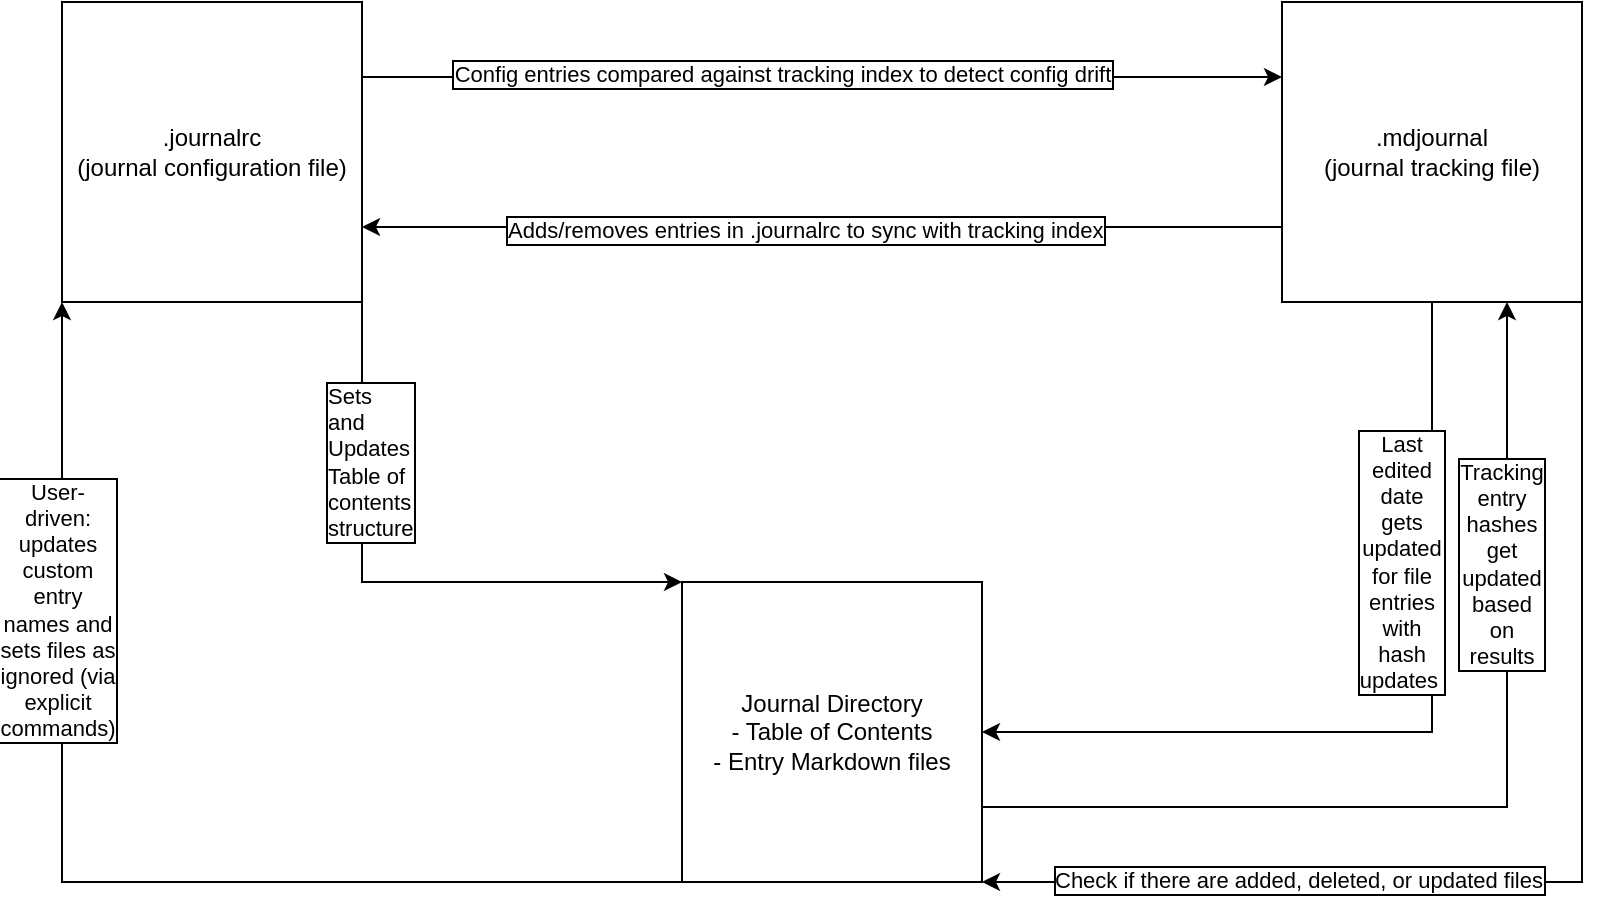
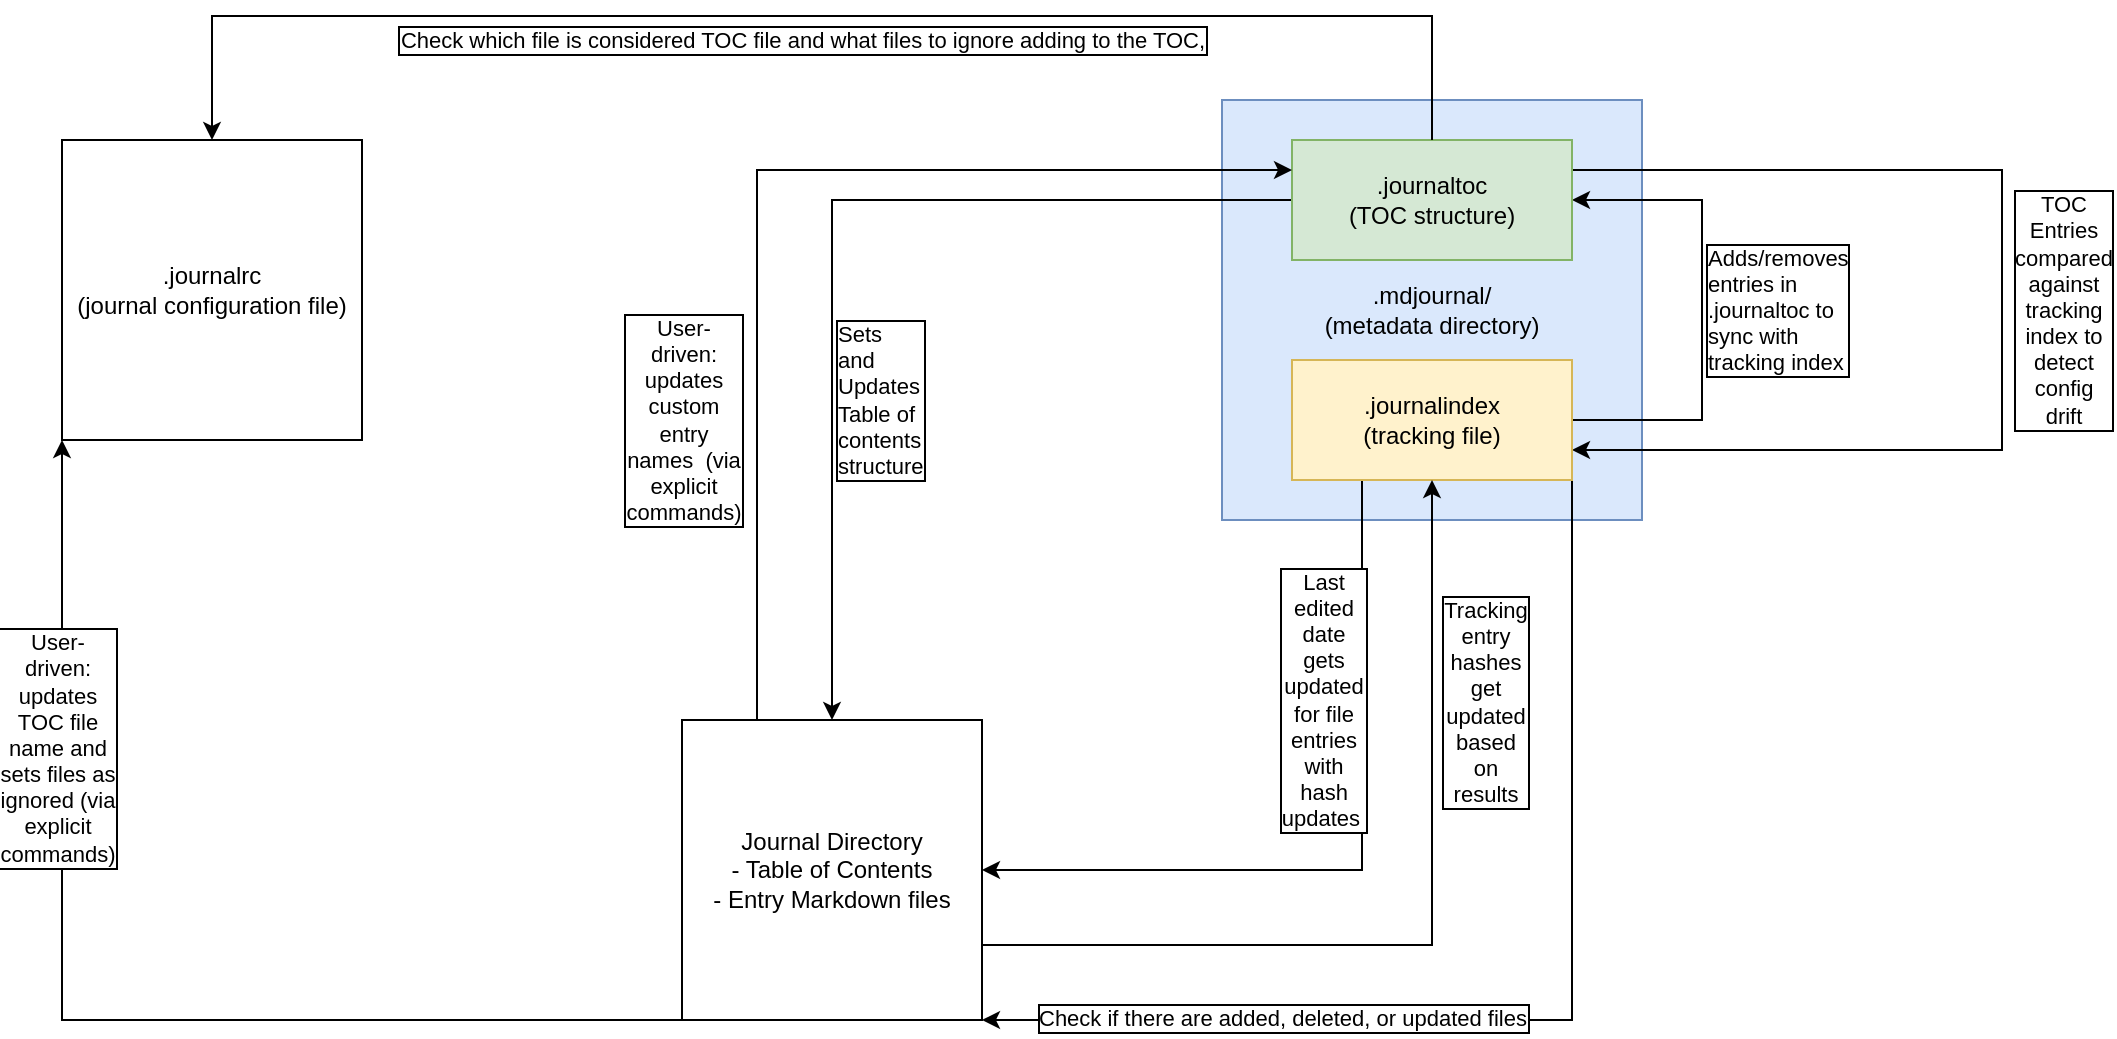
- <mxfile host="app.diagrams.net" agent="Mozilla/5.0 (Macintosh; Intel Mac OS X 10_15_7) AppleWebKit/537.36 (KHTML, like Gecko) Chrome/146.0.0.0 Safari/537.36" version="29.6.4">
+ <mxfile host="app.diagrams.net" agent="Mozilla/5.0 (Macintosh; Intel Mac OS X 10_15_7) AppleWebKit/537.36 (KHTML, like Gecko) Chrome/147.0.0.0 Safari/537.36" version="29.6.4">
  <diagram name="Page-1" id="bHoVlOGzG4BwT8m59Xn-">
    <mxGraphModel dx="1426" dy="881" grid="1" gridSize="10" guides="1" tooltips="1" connect="1" arrows="1" fold="1" page="1" pageScale="1" pageWidth="850" pageHeight="1100" math="0" shadow="0">
      <root>
        <mxCell id="0" />
        <mxCell id="1" parent="0" />
-         <mxCell id="1iz8g19e6lX26GezY2zj-4" edge="1" parent="1" source="1iz8g19e6lX26GezY2zj-1" style="edgeStyle=orthogonalEdgeStyle;rounded=0;orthogonalLoop=1;jettySize=auto;html=1;exitX=1;exitY=0.25;exitDx=0;exitDy=0;entryX=0;entryY=0.25;entryDx=0;entryDy=0;" target="1iz8g19e6lX26GezY2zj-2">
-           <mxGeometry relative="1" as="geometry" />
+         <mxCell id="1iz8g19e6lX26GezY2zj-1" parent="1" style="whiteSpace=wrap;html=1;aspect=fixed;" value=".journalrc&lt;br&gt;(journal configuration file)" vertex="1">
+           <mxGeometry height="150" width="150" x="40" y="100" as="geometry" />
        </mxCell>
-         <mxCell id="1iz8g19e6lX26GezY2zj-5" connectable="0" parent="1iz8g19e6lX26GezY2zj-4" style="edgeLabel;html=1;align=center;verticalAlign=middle;resizable=0;points=[];labelBorderColor=default;" value="Config entries compared against tracking index to detect config drift" vertex="1">
-           <mxGeometry relative="1" x="-0.2478" y="3" as="geometry">
-             <mxPoint x="37" y="1" as="offset" />
-           </mxGeometry>
+         <mxCell id="1iz8g19e6lX26GezY2zj-2" parent="1" style="whiteSpace=wrap;html=1;aspect=fixed;fillColor=#dae8fc;strokeColor=#6c8ebf;" value=".mdjournal/&lt;br&gt;(metadata directory)" vertex="1">
+           <mxGeometry height="210" width="210" x="620" y="80" as="geometry" />
        </mxCell>
-         <mxCell id="1iz8g19e6lX26GezY2zj-8" edge="1" parent="1" source="1iz8g19e6lX26GezY2zj-1" style="edgeStyle=orthogonalEdgeStyle;rounded=0;orthogonalLoop=1;jettySize=auto;html=1;exitX=1;exitY=1;exitDx=0;exitDy=0;entryX=0;entryY=0;entryDx=0;entryDy=0;" target="1iz8g19e6lX26GezY2zj-3">
+         <mxCell id="1iz8g19e6lX26GezY2zj-8" edge="1" parent="1" source="mdjournal-toc" style="edgeStyle=orthogonalEdgeStyle;rounded=0;orthogonalLoop=1;jettySize=auto;html=1;exitX=0;exitY=0.5;exitDx=0;exitDy=0;entryX=0.5;entryY=0;entryDx=0;entryDy=0;" target="1iz8g19e6lX26GezY2zj-3">
          <mxGeometry relative="1" as="geometry">
            <Array as="points">
-               <mxPoint x="190" y="390" />
+               <mxPoint x="425" y="130" />
            </Array>
          </mxGeometry>
        </mxCell>
        <mxCell id="1iz8g19e6lX26GezY2zj-9" connectable="0" parent="1iz8g19e6lX26GezY2zj-8" style="edgeLabel;html=1;align=left;verticalAlign=middle;resizable=0;points=[];whiteSpace=wrap;labelBorderColor=default;" value="Sets and Updates Table of contents structure" vertex="1">
          <mxGeometry relative="1" x="-0.5467" as="geometry">
-             <mxPoint x="-20" y="12" as="offset" />
+             <mxPoint x="-119" y="100" as="offset" />
          </mxGeometry>
        </mxCell>
-         <mxCell id="1iz8g19e6lX26GezY2zj-1" parent="1" style="whiteSpace=wrap;html=1;aspect=fixed;" value=".journalrc&lt;br&gt;(journal configuration file)" vertex="1">
-           <mxGeometry height="150" width="150" x="40" y="100" as="geometry" />
-         </mxCell>
-         <mxCell id="1iz8g19e6lX26GezY2zj-6" edge="1" parent="1" source="1iz8g19e6lX26GezY2zj-2" style="edgeStyle=orthogonalEdgeStyle;rounded=0;orthogonalLoop=1;jettySize=auto;html=1;exitX=0;exitY=0.75;exitDx=0;exitDy=0;entryX=1;entryY=0.75;entryDx=0;entryDy=0;" target="1iz8g19e6lX26GezY2zj-1">
-           <mxGeometry relative="1" as="geometry" />
-         </mxCell>
-         <mxCell id="1iz8g19e6lX26GezY2zj-7" connectable="0" parent="1iz8g19e6lX26GezY2zj-6" style="edgeLabel;html=1;align=left;verticalAlign=middle;resizable=0;points=[];labelBorderColor=default;" value="Adds/removes entries in .journalrc to sync with tracking index" vertex="1">
-           <mxGeometry relative="1" x="0.4391" y="1" as="geometry">
-             <mxPoint x="-59" as="offset" />
+         <mxCell id="1iz8g19e6lX26GezY2zj-4" edge="1" parent="1" source="mdjournal-toc" style="edgeStyle=orthogonalEdgeStyle;rounded=0;orthogonalLoop=1;jettySize=auto;html=1;exitX=1;exitY=0.25;exitDx=0;exitDy=0;entryX=1;entryY=0.75;entryDx=0;entryDy=0;" target="mdjournal-index">
+           <mxGeometry relative="1" as="geometry">
+             <Array as="points">
+               <mxPoint x="1010" y="115" />
+               <mxPoint x="1010" y="255" />
+             </Array>
          </mxGeometry>
        </mxCell>
-         <mxCell id="1iz8g19e6lX26GezY2zj-12" edge="1" parent="1" source="1iz8g19e6lX26GezY2zj-2" style="edgeStyle=orthogonalEdgeStyle;rounded=0;orthogonalLoop=1;jettySize=auto;html=1;exitX=1;exitY=1;exitDx=0;exitDy=0;entryX=1;entryY=1;entryDx=0;entryDy=0;" target="1iz8g19e6lX26GezY2zj-3">
+         <mxCell id="1iz8g19e6lX26GezY2zj-5" connectable="0" parent="1iz8g19e6lX26GezY2zj-4" style="edgeLabel;html=1;align=center;verticalAlign=middle;resizable=0;points=[];labelBorderColor=default;whiteSpace=wrap;" value="TOC Entries compared against tracking index to detect config drift" vertex="1">
+           <mxGeometry relative="1" x="-0.2478" y="3" as="geometry">
+             <mxPoint x="31" y="73" as="offset" />
+           </mxGeometry>
+         </mxCell>
+         <mxCell id="1iz8g19e6lX26GezY2zj-6" edge="1" parent="1" source="mdjournal-index" style="edgeStyle=orthogonalEdgeStyle;rounded=0;orthogonalLoop=1;jettySize=auto;html=1;exitX=1;exitY=0.5;exitDx=0;exitDy=0;entryX=1;entryY=0.5;entryDx=0;entryDy=0;" target="mdjournal-toc">
          <mxGeometry relative="1" as="geometry">
            <Array as="points">
-               <mxPoint x="800" y="540" />
+               <mxPoint x="860" y="240" />
+               <mxPoint x="860" y="130" />
            </Array>
+             <mxPoint x="810" y="250" as="sourcePoint" />
+             <mxPoint x="985" y="142.5" as="targetPoint" />
+           </mxGeometry>
+         </mxCell>
+         <mxCell id="1iz8g19e6lX26GezY2zj-7" connectable="0" parent="1iz8g19e6lX26GezY2zj-6" style="edgeLabel;html=1;align=left;verticalAlign=middle;resizable=0;points=[];labelBorderColor=default;whiteSpace=wrap;spacingTop=-2;fontSize=11;" value="Adds/removes entries in .journaltoc to sync with tracking index" vertex="1">
+           <mxGeometry relative="1" x="0.4391" y="1" as="geometry">
+             <mxPoint x="1" y="53" as="offset" />
+           </mxGeometry>
+         </mxCell>
+         <mxCell id="1iz8g19e6lX26GezY2zj-12" edge="1" parent="1" source="mdjournal-index" style="edgeStyle=orthogonalEdgeStyle;rounded=0;orthogonalLoop=1;jettySize=auto;html=1;entryX=1;entryY=1;entryDx=0;entryDy=0;exitX=1;exitY=1;exitDx=0;exitDy=0;" target="1iz8g19e6lX26GezY2zj-3">
+           <mxGeometry relative="1" as="geometry">
+             <Array as="points">
+               <mxPoint x="795" y="540" />
+             </Array>
+             <mxPoint x="795" y="350" as="sourcePoint" />
          </mxGeometry>
        </mxCell>
        <mxCell id="1iz8g19e6lX26GezY2zj-13" connectable="0" parent="1iz8g19e6lX26GezY2zj-12" style="edgeLabel;html=1;align=center;verticalAlign=middle;resizable=0;points=[];labelBorderColor=default;" value="Check if there are added, deleted, or updated files" vertex="1">
          <mxGeometry relative="1" x="0.3683" y="-1" as="geometry">
            <mxPoint x="-29" as="offset" />
          </mxGeometry>
        </mxCell>
-         <mxCell id="1iz8g19e6lX26GezY2zj-16" edge="1" parent="1" source="1iz8g19e6lX26GezY2zj-2" style="edgeStyle=orthogonalEdgeStyle;rounded=0;orthogonalLoop=1;jettySize=auto;html=1;exitX=0.5;exitY=1;exitDx=0;exitDy=0;entryX=1;entryY=0.5;entryDx=0;entryDy=0;" target="1iz8g19e6lX26GezY2zj-3">
-           <mxGeometry relative="1" as="geometry" />
+         <mxCell id="1iz8g19e6lX26GezY2zj-16" edge="1" parent="1" source="mdjournal-index" style="edgeStyle=orthogonalEdgeStyle;rounded=0;orthogonalLoop=1;jettySize=auto;html=1;entryX=1;entryY=0.5;entryDx=0;entryDy=0;exitX=0.25;exitY=1;exitDx=0;exitDy=0;" target="1iz8g19e6lX26GezY2zj-3">
+           <mxGeometry relative="1" as="geometry">
+             <mxPoint x="610" y="320" as="sourcePoint" />
+           </mxGeometry>
        </mxCell>
        <mxCell id="1iz8g19e6lX26GezY2zj-17" connectable="0" parent="1iz8g19e6lX26GezY2zj-16" style="edgeLabel;html=1;align=center;verticalAlign=middle;resizable=0;points=[];whiteSpace=wrap;labelBorderColor=default;" value="Last edited date gets updated for file entries with hash updates&amp;nbsp;" vertex="1">
          <mxGeometry relative="1" x="0.4364" as="geometry">
-             <mxPoint x="86" y="-85" as="offset" />
+             <mxPoint x="62" y="-85" as="offset" />
          </mxGeometry>
        </mxCell>
-         <mxCell id="1iz8g19e6lX26GezY2zj-2" parent="1" style="whiteSpace=wrap;html=1;aspect=fixed;" value=".mdjournal&lt;br&gt;(journal tracking file)" vertex="1">
-           <mxGeometry height="150" width="150" x="650" y="100" as="geometry" />
+         <mxCell id="mdjournal-index" parent="1" style="whiteSpace=wrap;html=1;fillColor=#fff2cc;strokeColor=#d6b656;" value=".journalindex&lt;br&gt;(tracking file)" vertex="1">
+           <mxGeometry height="60" width="140" x="655" y="210" as="geometry" />
+         </mxCell>
+         <mxCell id="mdjournal-toc" parent="1" style="whiteSpace=wrap;html=1;fillColor=#d5e8d4;strokeColor=#82b366;" value=".journaltoc&lt;br&gt;(TOC structure)" vertex="1">
+           <mxGeometry height="60" width="140" x="655" y="100" as="geometry" />
        </mxCell>
        <mxCell id="1iz8g19e6lX26GezY2zj-10" edge="1" parent="1" source="1iz8g19e6lX26GezY2zj-3" style="edgeStyle=orthogonalEdgeStyle;rounded=0;orthogonalLoop=1;jettySize=auto;html=1;exitX=0;exitY=1;exitDx=0;exitDy=0;entryX=0;entryY=1;entryDx=0;entryDy=0;" target="1iz8g19e6lX26GezY2zj-1">
          <mxGeometry relative="1" as="geometry">
            <Array as="points">
              <mxPoint x="40" y="540" />
            </Array>
          </mxGeometry>
        </mxCell>
-         <mxCell id="1iz8g19e6lX26GezY2zj-11" connectable="0" parent="1iz8g19e6lX26GezY2zj-10" style="edgeLabel;html=1;align=center;verticalAlign=middle;resizable=0;points=[];whiteSpace=wrap;labelBorderColor=default;" value="User-driven: updates custom entry names and sets files as ignored (via explicit commands)" vertex="1">
+         <mxCell id="1iz8g19e6lX26GezY2zj-11" connectable="0" parent="1iz8g19e6lX26GezY2zj-10" style="edgeLabel;html=1;align=center;verticalAlign=middle;resizable=0;points=[];whiteSpace=wrap;labelBorderColor=default;" value="User-driven: updates TOC file name and sets files as ignored (via explicit commands)" vertex="1">
          <mxGeometry relative="1" x="0.4875" y="2" as="geometry">
            <mxPoint as="offset" />
          </mxGeometry>
        </mxCell>
-         <mxCell id="1iz8g19e6lX26GezY2zj-14" edge="1" parent="1" source="1iz8g19e6lX26GezY2zj-3" style="edgeStyle=orthogonalEdgeStyle;rounded=0;orthogonalLoop=1;jettySize=auto;html=1;exitX=1;exitY=0.75;exitDx=0;exitDy=0;entryX=0.75;entryY=1;entryDx=0;entryDy=0;" target="1iz8g19e6lX26GezY2zj-2">
-           <mxGeometry relative="1" as="geometry" />
+         <mxCell id="1iz8g19e6lX26GezY2zj-14" edge="1" parent="1" source="1iz8g19e6lX26GezY2zj-3" style="edgeStyle=orthogonalEdgeStyle;rounded=0;orthogonalLoop=1;jettySize=auto;html=1;exitX=1;exitY=0.75;exitDx=0;exitDy=0;entryX=0.5;entryY=1;entryDx=0;entryDy=0;" target="mdjournal-index">
+           <mxGeometry relative="1" as="geometry">
+             <mxPoint x="710" y="350" as="targetPoint" />
+           </mxGeometry>
        </mxCell>
        <mxCell id="1iz8g19e6lX26GezY2zj-15" connectable="0" parent="1iz8g19e6lX26GezY2zj-14" style="edgeLabel;html=1;align=center;verticalAlign=middle;resizable=0;points=[];whiteSpace=wrap;labelBorderColor=default;" value="Tracking entry hashes get updated based on results" vertex="1">
          <mxGeometry relative="1" x="-0.7049" as="geometry">
            <mxPoint x="184" y="-122" as="offset" />
          </mxGeometry>
        </mxCell>
        <mxCell id="1iz8g19e6lX26GezY2zj-3" parent="1" style="whiteSpace=wrap;html=1;aspect=fixed;" value="Journal Directory&lt;br&gt;- Table of Contents&lt;br&gt;- Entry Markdown files" vertex="1">
          <mxGeometry height="150" width="150" x="350" y="390" as="geometry" />
        </mxCell>
+         <mxCell id="sM5puiyG7KJhNXqsBqFD-4" edge="1" parent="1" source="1iz8g19e6lX26GezY2zj-3" style="edgeStyle=orthogonalEdgeStyle;rounded=0;orthogonalLoop=1;jettySize=auto;html=1;exitX=0.25;exitY=0;exitDx=0;exitDy=0;entryX=0;entryY=0.25;entryDx=0;entryDy=0;" target="mdjournal-toc">
+           <mxGeometry relative="1" as="geometry">
+             <Array as="points">
+               <mxPoint x="388" y="115" />
+             </Array>
+             <mxPoint x="370" y="440" as="sourcePoint" />
+             <mxPoint x="60" y="150" as="targetPoint" />
+           </mxGeometry>
+         </mxCell>
+         <mxCell id="sM5puiyG7KJhNXqsBqFD-5" connectable="0" parent="sM5puiyG7KJhNXqsBqFD-4" style="edgeLabel;html=1;align=center;verticalAlign=middle;resizable=0;points=[];whiteSpace=wrap;labelBorderColor=default;" value="User-driven: updates custom entry names&amp;nbsp; (via explicit commands)" vertex="1">
+           <mxGeometry relative="1" x="0.4875" y="2" as="geometry">
+             <mxPoint x="-165" y="127" as="offset" />
+           </mxGeometry>
+         </mxCell>
+         <mxCell id="sM5puiyG7KJhNXqsBqFD-6" edge="1" parent="1" source="mdjournal-toc" style="edgeStyle=orthogonalEdgeStyle;rounded=0;orthogonalLoop=1;jettySize=auto;html=1;exitX=0.5;exitY=0;exitDx=0;exitDy=0;entryX=0.5;entryY=0;entryDx=0;entryDy=0;" target="1iz8g19e6lX26GezY2zj-1">
+           <mxGeometry relative="1" as="geometry">
+             <Array as="points">
+               <mxPoint x="725" y="38" />
+               <mxPoint x="115" y="38" />
+             </Array>
+             <mxPoint x="280" y="312.5" as="sourcePoint" />
+             <mxPoint x="547" y="37.5" as="targetPoint" />
+           </mxGeometry>
+         </mxCell>
+         <mxCell id="sM5puiyG7KJhNXqsBqFD-7" connectable="0" parent="sM5puiyG7KJhNXqsBqFD-6" style="edgeLabel;html=1;align=center;verticalAlign=middle;resizable=0;points=[];labelBorderColor=default;" value="Check which file is considered TOC file and what files to ignore adding to the TOC," vertex="1">
+           <mxGeometry relative="1" x="0.4875" y="2" as="geometry">
+             <mxPoint x="169" y="10" as="offset" />
+           </mxGeometry>
+         </mxCell>
      </root>
    </mxGraphModel>
  </diagram>
</mxfile>
